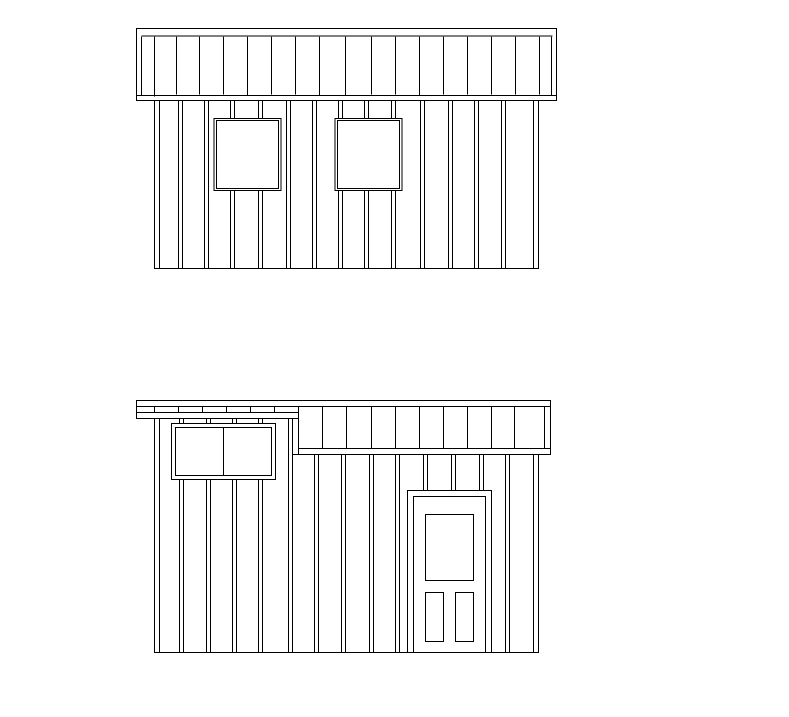
Earlier version of the draw.io diagram Billings Elevation.drawio (dpolaristar/drawio). Source tidied: cells renumbered, new cells numbered last; positions are measured from the earlier drawing's top-left corner, leaving out a move shared by most shapes. Both pictures are drawn from the tidied source at 100%, with x=0, y=0 at pixel (136, 28).
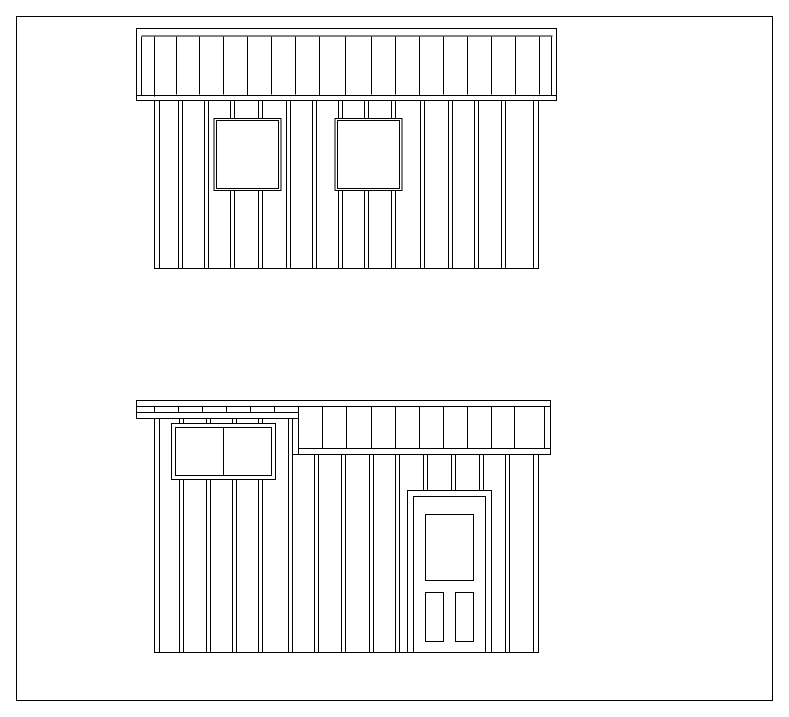
The same page after the edit.

Diff of the diagram source:
```diff
@@
+    <mxCell id="90" style="rounded=0;whiteSpace=wrap;html=1;strokeWidth=1;" parent="1" vertex="1">
+      <mxGeometry x="-120" y="-12" width="756" height="684" as="geometry" />
+    </mxCell>
```
